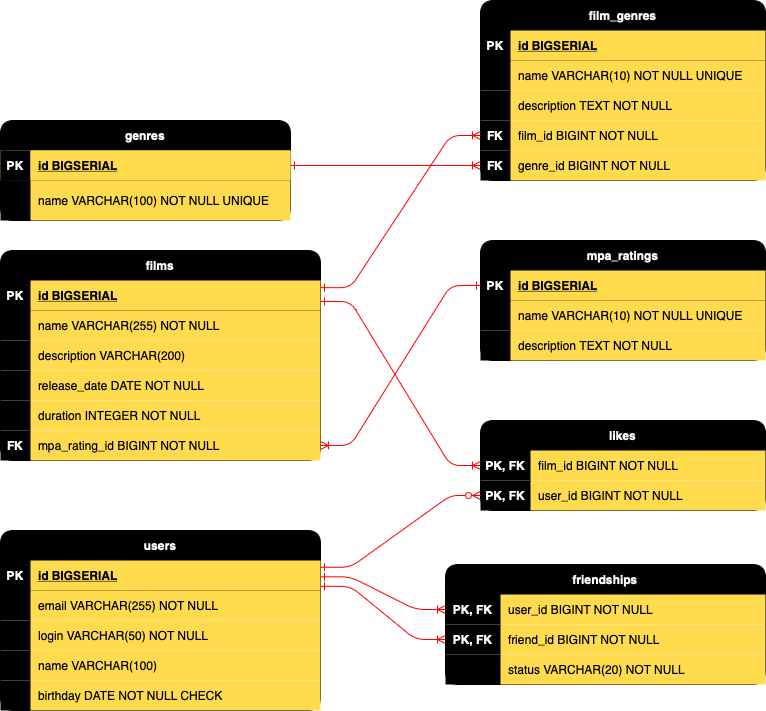
Earlier version of the draw.io export assets/diagram/filmorateER.png (ToxicCritic/filmorate). Source tidied: cells renumbered, new cells last; positions are measured from the earlier drawing's top-left corner, leaving out a move shared by most shapes.
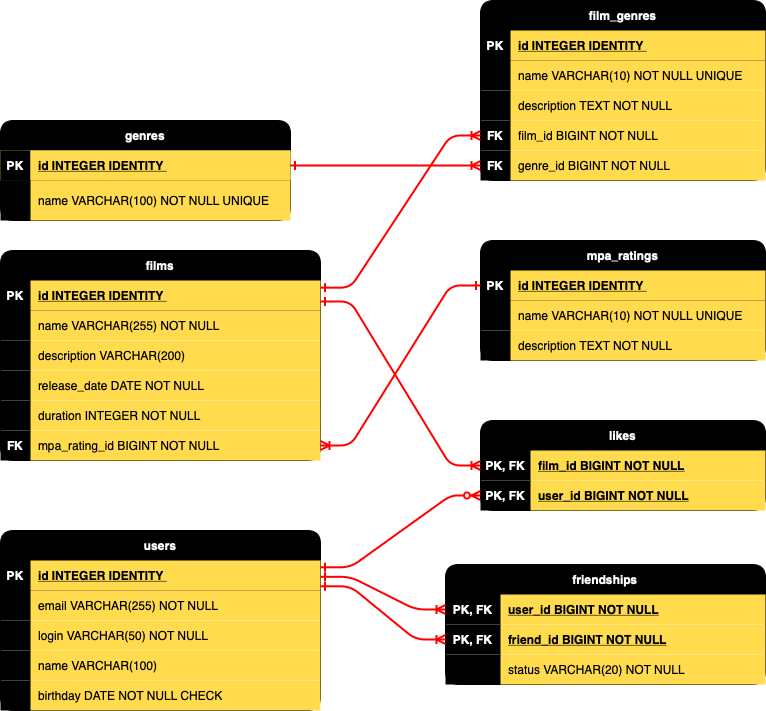
After the change.

Commit message:
Добавить compose-файл

What changed in the source:
```diff
@@ -11,7 +11,7 @@
     <mxCell id="4" value="PK" style="shape=partialRectangle;overflow=hidden;fillColor=#000000;strokeColor=inherit;top=0;left=0;bottom=0;right=0;fontStyle=1;fontColor=#FFFFFF;" parent="3" vertex="1">
       <mxGeometry width="30" height="30" as="geometry" />
     </mxCell>
-    <mxCell id="5" value="id BIGSERIAL " style="shape=partialRectangle;overflow=hidden;fillColor=#FFDB4D;align=left;strokeColor=inherit;top=0;left=0;bottom=0;right=0;spacingLeft=6;fontStyle=5;" parent="3" vertex="1">
+    <mxCell id="5" value="id INTEGER IDENTITY " style="shape=partialRectangle;overflow=hidden;fillColor=#FFDB4D;align=left;strokeColor=inherit;top=0;left=0;bottom=0;right=0;spacingLeft=6;fontStyle=5;" parent="3" vertex="1">
       <mxGeometry x="30" width="290" height="30" as="geometry" />
     </mxCell>
     <mxCell id="6" style="shape=tableRow;horizontal=0;startSize=0;swimlaneHead=0;swimlaneBody=0;fillColor=none;strokeColor=inherit;top=0;left=0;right=0;bottom=0;" parent="2" vertex="1">
@@ -59,7 +59,7 @@
     <mxCell id="20" value="PK" style="shape=partialRectangle;overflow=hidden;fillColor=#000000;strokeColor=inherit;top=0;left=0;bottom=0;right=0;fontStyle=1;fontColor=#ffffff;" parent="19" vertex="1">
       <mxGeometry width="30" height="30" as="geometry" />
     </mxCell>
-    <mxCell id="21" value="id BIGSERIAL " style="shape=partialRectangle;overflow=hidden;fillColor=#FFDB4D;align=left;strokeColor=inherit;top=0;left=0;bottom=0;right=0;spacingLeft=6;fontStyle=5;" parent="19" vertex="1">
+    <mxCell id="21" value="id INTEGER IDENTITY " style="shape=partialRectangle;overflow=hidden;fillColor=#FFDB4D;align=left;strokeColor=inherit;top=0;left=0;bottom=0;right=0;spacingLeft=6;fontStyle=5;" parent="19" vertex="1">
       <mxGeometry x="30" width="290" height="30" as="geometry" />
     </mxCell>
     <mxCell id="22" style="shape=tableRow;horizontal=0;startSize=0;swimlaneHead=0;swimlaneBody=0;fillColor=none;strokeColor=inherit;top=0;left=0;right=0;bottom=0;" parent="18" vertex="1">
@@ -116,7 +116,7 @@
     <mxCell id="39" value="PK" style="shape=partialRectangle;overflow=hidden;fillColor=#000000;strokeColor=#36393d;top=0;left=0;bottom=0;right=0;fontStyle=1;fillStyle=solid;swimlaneFillColor=none;fontColor=#ffffff;" parent="38" vertex="1">
       <mxGeometry width="30" height="30" as="geometry" />
     </mxCell>
-    <mxCell id="40" value="id BIGSERIAL " style="shape=partialRectangle;overflow=hidden;fillColor=#ffdb4d;align=left;strokeColor=#36393d;top=0;left=0;bottom=0;right=0;spacingLeft=6;fontStyle=5;swimlaneFillColor=none;" parent="38" vertex="1">
+    <mxCell id="40" value="id INTEGER IDENTITY " style="shape=partialRectangle;overflow=hidden;fillColor=#ffdb4d;align=left;strokeColor=#36393d;top=0;left=0;bottom=0;right=0;spacingLeft=6;fontStyle=5;swimlaneFillColor=none;" parent="38" vertex="1">
       <mxGeometry x="30" width="260" height="30" as="geometry" />
     </mxCell>
     <mxCell id="41" style="shape=tableRow;horizontal=0;startSize=0;swimlaneHead=0;swimlaneBody=0;fillColor=none;strokeColor=#36393d;top=0;left=0;right=0;bottom=0;swimlaneFillColor=none;" parent="37" vertex="1">
@@ -137,7 +137,7 @@
     <mxCell id="46" value="PK" style="shape=partialRectangle;overflow=hidden;fillColor=#000000;strokeColor=inherit;top=0;left=0;bottom=0;right=0;fontStyle=1;fontColor=#ffffff;" parent="45" vertex="1">
       <mxGeometry width="30" height="30" as="geometry" />
     </mxCell>
-    <mxCell id="47" value="id BIGSERIAL " style="shape=partialRectangle;overflow=hidden;fillColor=#FFDB4D;align=left;strokeColor=inherit;top=0;left=0;bottom=0;right=0;spacingLeft=6;fontStyle=5;" parent="45" vertex="1">
+    <mxCell id="47" value="id INTEGER IDENTITY " style="shape=partialRectangle;overflow=hidden;fillColor=#FFDB4D;align=left;strokeColor=inherit;top=0;left=0;bottom=0;right=0;spacingLeft=6;fontStyle=5;" parent="45" vertex="1">
       <mxGeometry x="30" width="255" height="30" as="geometry" />
     </mxCell>
     <mxCell id="48" style="shape=tableRow;horizontal=0;startSize=0;swimlaneHead=0;swimlaneBody=0;fillColor=none;strokeColor=inherit;top=0;left=0;right=0;bottom=0;" parent="44" vertex="1">
@@ -185,7 +185,7 @@
     <mxCell id="62" value="PK, FK" style="shape=partialRectangle;overflow=hidden;fillColor=#000000;strokeColor=inherit;top=0;left=0;bottom=0;right=0;fontColor=#ffffff;fontStyle=1;" parent="61" vertex="1">
       <mxGeometry width="50" height="30" as="geometry" />
     </mxCell>
-    <mxCell id="63" value="film_id BIGINT NOT NULL" style="shape=partialRectangle;overflow=hidden;fillColor=#FFDB4D;align=left;strokeColor=inherit;top=0;left=0;bottom=0;right=0;spacingLeft=6;" parent="61" vertex="1">
+    <mxCell id="63" value="film_id BIGINT NOT NULL" style="shape=partialRectangle;overflow=hidden;fillColor=#FFDB4D;align=left;strokeColor=inherit;top=0;left=0;bottom=0;right=0;spacingLeft=6;fontStyle=5;" parent="61" vertex="1">
       <mxGeometry x="50" width="235" height="30" as="geometry" />
     </mxCell>
     <mxCell id="64" style="shape=tableRow;horizontal=0;startSize=0;swimlaneHead=0;swimlaneBody=0;fillColor=none;points=[[0,0.5],[1,0.5]];portConstraint=eastwest;strokeColor=inherit;top=0;left=0;right=0;bottom=0;" parent="60" vertex="1">
@@ -194,7 +194,7 @@
     <mxCell id="65" value="PK, FK" style="shape=partialRectangle;overflow=hidden;fillColor=#000000;strokeColor=inherit;top=0;left=0;bottom=0;right=0;fontColor=#FFFFFF;fontStyle=1;" parent="64" vertex="1">
       <mxGeometry width="50" height="30" as="geometry" />
     </mxCell>
-    <mxCell id="66" value="user_id BIGINT NOT NULL" style="shape=partialRectangle;overflow=hidden;fillColor=#FFDB4D;align=left;strokeColor=inherit;top=0;left=0;bottom=0;right=0;spacingLeft=6;" parent="64" vertex="1">
+    <mxCell id="66" value="user_id BIGINT NOT NULL" style="shape=partialRectangle;overflow=hidden;fillColor=#FFDB4D;align=left;strokeColor=inherit;top=0;left=0;bottom=0;right=0;spacingLeft=6;fontStyle=5;" parent="64" vertex="1">
       <mxGeometry x="50" width="235" height="30" as="geometry" />
     </mxCell>
     <mxCell id="67" value="friendships" style="shape=table;startSize=30;rowLines=0;fontStyle=1;align=center;fillColor=#000000;fontColor=#FFFFFF;rounded=1;" parent="1" vertex="1">
@@ -206,16 +206,16 @@
     <mxCell id="69" value="PK, FK" style="shape=partialRectangle;overflow=hidden;fillColor=#000000;strokeColor=inherit;top=0;left=0;bottom=0;right=0;fontColor=#ffffff;fontStyle=1;" parent="68" vertex="1">
       <mxGeometry width="55" height="30" as="geometry" />
     </mxCell>
-    <mxCell id="70" value="user_id BIGINT NOT NULL" style="shape=partialRectangle;overflow=hidden;fillColor=#FFDB4D;align=left;strokeColor=inherit;top=0;left=0;bottom=0;right=0;spacingLeft=6;" parent="68" vertex="1">
+    <mxCell id="70" value="user_id BIGINT NOT NULL" style="shape=partialRectangle;overflow=hidden;fillColor=#FFDB4D;align=left;strokeColor=inherit;top=0;left=0;bottom=0;right=0;spacingLeft=6;fontStyle=5;" parent="68" vertex="1">
       <mxGeometry x="55" width="265" height="30" as="geometry" />
     </mxCell>
-    <mxCell id="71" style="shape=tableRow;horizontal=0;startSize=0;swimlaneHead=0;swimlaneBody=0;fillColor=none;points=[[0,0.5],[1,0.5]];portConstraint=eastwest;strokeColor=inherit;top=0;left=0;right=0;bottom=0;" parent="67" vertex="1">
+    <mxCell id="71" style="shape=tableRow;horizontal=0;startSize=0;swimlaneHead=0;swimlaneBody=0;fillColor=none;points=[[0,0.5],[1,0.5]];portConstraint=eastwest;strokeColor=inherit;top=0;left=0;right=0;bottom=0;fontStyle=4;" parent="67" vertex="1">
       <mxGeometry y="60" width="320" height="30" as="geometry" />
     </mxCell>
     <mxCell id="72" value="PK, FK" style="shape=partialRectangle;overflow=hidden;fillColor=#000000;strokeColor=inherit;top=0;left=0;bottom=0;right=0;fontColor=#ffffff;fontStyle=1;" parent="71" vertex="1">
       <mxGeometry width="55" height="30" as="geometry" />
     </mxCell>
-    <mxCell id="73" value="friend_id BIGINT NOT NULL" style="shape=partialRectangle;overflow=hidden;fillColor=#FFDB4D;align=left;strokeColor=inherit;top=0;left=0;bottom=0;right=0;spacingLeft=6;" parent="71" vertex="1">
+    <mxCell id="73" value="friend_id BIGINT NOT NULL" style="shape=partialRectangle;overflow=hidden;fillColor=#FFDB4D;align=left;strokeColor=inherit;top=0;left=0;bottom=0;right=0;spacingLeft=6;fontStyle=5;" parent="71" vertex="1">
       <mxGeometry x="55" width="265" height="30" as="geometry" />
     </mxCell>
     <mxCell id="74" style="shape=tableRow;horizontal=0;startSize=0;swimlaneHead=0;swimlaneBody=0;fillColor=none;strokeColor=inherit;top=0;left=0;right=0;bottom=0;" parent="67" vertex="1">
@@ -227,14 +227,14 @@
     <mxCell id="76" value="status VARCHAR(20) NOT NULL" style="shape=partialRectangle;overflow=hidden;fillColor=#FFDB4D;align=left;strokeColor=inherit;top=0;left=0;bottom=0;right=0;spacingLeft=6;" parent="74" vertex="1">
       <mxGeometry x="55" width="265" height="30" as="geometry" />
     </mxCell>
-    <mxCell id="77" style="edgeStyle=entityRelationEdgeStyle;fontSize=12;html=1;endArrow=ERzeroToMany;rounded=1;exitX=1;exitY=0.226;exitDx=0;exitDy=0;entryX=0;entryY=0.5;entryDx=0;entryDy=0;exitPerimeter=0;endFill=0;startArrow=ERone;startFill=0;curved=0;fillColor=#a20025;strokeColor=#ff0000;" parent="1" edge="1" source="3" target="64">
+    <mxCell id="77" style="edgeStyle=entityRelationEdgeStyle;fontSize=12;html=1;endArrow=ERzeroToMany;rounded=1;exitX=1;exitY=0.226;exitDx=0;exitDy=0;entryX=0;entryY=0.5;entryDx=0;entryDy=0;exitPerimeter=0;endFill=0;startArrow=ERone;startFill=0;curved=0;fillColor=#a20025;strokeColor=#ff0000;strokeWidth=2;" parent="1" edge="1" source="3" target="64">
       <mxGeometry relative="1" as="geometry">
         <Array as="points">
           <mxPoint x="480" y="270" />
         </Array>
       </mxGeometry>
     </mxCell>
-    <mxCell id="78" style="edgeStyle=entityRelationEdgeStyle;fontSize=12;html=1;endArrow=ERoneToMany;rounded=1;exitX=1;exitY=0.5;exitDx=0;exitDy=0;entryX=0;entryY=0.5;entryDx=0;entryDy=0;startArrow=ERone;startFill=0;curved=0;fillColor=#a20025;strokeColor=#ff0000;" parent="1" edge="1" target="61">
+    <mxCell id="78" style="edgeStyle=entityRelationEdgeStyle;fontSize=12;html=1;endArrow=ERoneToMany;rounded=1;exitX=1;exitY=0.5;exitDx=0;exitDy=0;entryX=0;entryY=0.5;entryDx=0;entryDy=0;startArrow=ERone;startFill=0;curved=0;fillColor=#a20025;strokeColor=#ff0000;strokeWidth=2;" parent="1" edge="1" target="61">
       <mxGeometry relative="1" as="geometry">
         <mxPoint x="320" y="301" as="sourcePoint" />
         <Array as="points">
@@ -242,7 +242,7 @@
         </Array>
       </mxGeometry>
     </mxCell>
-    <mxCell id="79" style="edgeStyle=entityRelationEdgeStyle;fontSize=12;html=1;endArrow=ERoneToMany;rounded=1;entryX=0;entryY=0.5;entryDx=0;entryDy=0;exitX=1;exitY=0.544;exitDx=0;exitDy=0;startArrow=ERone;startFill=0;exitPerimeter=0;curved=0;fillColor=#a20025;strokeColor=#ff0000;" parent="1" edge="1" source="3" target="68">
+    <mxCell id="79" style="edgeStyle=entityRelationEdgeStyle;fontSize=12;html=1;endArrow=ERoneToMany;rounded=1;entryX=0;entryY=0.5;entryDx=0;entryDy=0;exitX=1;exitY=0.544;exitDx=0;exitDy=0;startArrow=ERone;startFill=0;exitPerimeter=0;curved=0;fillColor=#a20025;strokeColor=#ff0000;strokeWidth=2;" parent="1" edge="1" source="3" target="68">
       <mxGeometry relative="1" as="geometry">
         <Array as="points">
           <mxPoint x="340" y="580" />
@@ -250,7 +250,7 @@
         </Array>
       </mxGeometry>
     </mxCell>
-    <mxCell id="80" style="edgeStyle=entityRelationEdgeStyle;fontSize=12;html=1;endArrow=ERoneToMany;rounded=1;exitX=1.004;exitY=0.772;exitDx=0;exitDy=0;exitPerimeter=0;entryX=0;entryY=0.5;entryDx=0;entryDy=0;startArrow=ERone;startFill=0;curved=0;fillColor=#a20025;strokeColor=#ff0000;" parent="1" edge="1" target="54">
+    <mxCell id="80" style="edgeStyle=entityRelationEdgeStyle;fontSize=12;html=1;endArrow=ERoneToMany;rounded=1;exitX=1.004;exitY=0.772;exitDx=0;exitDy=0;exitPerimeter=0;entryX=0;entryY=0.5;entryDx=0;entryDy=0;startArrow=ERone;startFill=0;curved=0;fillColor=#a20025;strokeColor=#ff0000;strokeWidth=2;" parent="1" edge="1" target="54">
       <mxGeometry relative="1" as="geometry">
         <mxPoint x="320" y="287.2" as="sourcePoint" />
         <Array as="points">
@@ -260,7 +260,7 @@
         </Array>
       </mxGeometry>
     </mxCell>
-    <mxCell id="81" style="edgeStyle=entityRelationEdgeStyle;fontSize=12;html=1;endArrow=ERone;rounded=0;exitX=0;exitY=0.5;exitDx=0;exitDy=0;entryX=1;entryY=0.5;entryDx=0;entryDy=0;endFill=0;startArrow=ERoneToMany;startFill=0;fillColor=#a20025;strokeColor=#ff0000;" parent="1" edge="1" source="57" target="38">
+    <mxCell id="81" style="edgeStyle=entityRelationEdgeStyle;fontSize=12;html=1;endArrow=ERone;rounded=0;exitX=0;exitY=0.5;exitDx=0;exitDy=0;entryX=1;entryY=0.5;entryDx=0;entryDy=0;endFill=0;startArrow=ERoneToMany;startFill=0;fillColor=#a20025;strokeColor=#ff0000;strokeWidth=2;" parent="1" edge="1" source="57" target="38">
       <mxGeometry relative="1" as="geometry" />
     </mxCell>
     <mxCell id="82" value="mpa_ratings" style="shape=table;startSize=30;rowLines=0;fontStyle=1;align=center;fillColor=#000000;fontColor=#FFFFFF;rounded=1;" parent="1" vertex="1">
@@ -272,7 +272,7 @@
     <mxCell id="84" value="PK" style="shape=partialRectangle;overflow=hidden;fillColor=#000000;strokeColor=inherit;top=0;left=0;bottom=0;right=0;fontStyle=1;fontColor=#ffffff;" parent="83" vertex="1">
       <mxGeometry width="30" height="30" as="geometry" />
     </mxCell>
-    <mxCell id="85" value="id BIGSERIAL " style="shape=partialRectangle;overflow=hidden;fillColor=#FFDB4D;align=left;strokeColor=inherit;top=0;left=0;bottom=0;right=0;spacingLeft=6;fontStyle=5;" parent="83" vertex="1">
+    <mxCell id="85" value="id INTEGER IDENTITY " style="shape=partialRectangle;overflow=hidden;fillColor=#FFDB4D;align=left;strokeColor=inherit;top=0;left=0;bottom=0;right=0;spacingLeft=6;fontStyle=5;" parent="83" vertex="1">
       <mxGeometry x="30" width="255" height="30" as="geometry" />
     </mxCell>
     <mxCell id="86" style="shape=tableRow;horizontal=0;startSize=0;swimlaneHead=0;swimlaneBody=0;fillColor=none;strokeColor=inherit;top=0;left=0;right=0;bottom=0;" parent="82" vertex="1">
@@ -293,10 +293,10 @@
     <mxCell id="91" value="description TEXT NOT NULL" style="shape=partialRectangle;overflow=hidden;fillColor=#FFDB4D;align=left;strokeColor=inherit;top=0;left=0;bottom=0;right=0;spacingLeft=6;" parent="89" vertex="1">
       <mxGeometry x="30" width="255" height="30" as="geometry" />
     </mxCell>
-    <mxCell id="92" style="edgeStyle=entityRelationEdgeStyle;fontSize=12;html=1;endArrow=ERone;rounded=1;exitX=1;exitY=0.5;exitDx=0;exitDy=0;entryX=0;entryY=0.5;entryDx=0;entryDy=0;endFill=0;startArrow=ERoneToMany;startFill=0;curved=0;fillColor=#a20025;strokeColor=#ff0000;" parent="1" edge="1" source="34" target="83">
+    <mxCell id="92" style="edgeStyle=entityRelationEdgeStyle;fontSize=12;html=1;endArrow=ERone;rounded=1;exitX=1;exitY=0.5;exitDx=0;exitDy=0;entryX=0;entryY=0.5;entryDx=0;entryDy=0;endFill=0;startArrow=ERoneToMany;startFill=0;curved=0;fillColor=#a20025;strokeColor=#ff0000;strokeWidth=2;" parent="1" edge="1" source="34" target="83">
       <mxGeometry relative="1" as="geometry" />
     </mxCell>
-    <mxCell id="93" style="edgeStyle=entityRelationEdgeStyle;fontSize=12;html=1;endArrow=ERoneToMany;rounded=1;entryX=0;entryY=0.5;entryDx=0;entryDy=0;exitX=1;exitY=0.86;exitDx=0;exitDy=0;exitPerimeter=0;startArrow=ERone;startFill=0;curved=0;fillColor=#a20025;strokeColor=#ff0000;" parent="1" edge="1" source="3" target="71">
+    <mxCell id="93" style="edgeStyle=entityRelationEdgeStyle;fontSize=12;html=1;endArrow=ERoneToMany;rounded=1;entryX=0;entryY=0.5;entryDx=0;entryDy=0;exitX=1;exitY=0.86;exitDx=0;exitDy=0;exitPerimeter=0;startArrow=ERone;startFill=0;curved=0;fillColor=#a20025;strokeColor=#ff0000;strokeWidth=2;" parent="1" edge="1" source="3" target="71">
       <mxGeometry relative="1" as="geometry">
         <Array as="points">
           <mxPoint x="510" y="730" />
```
